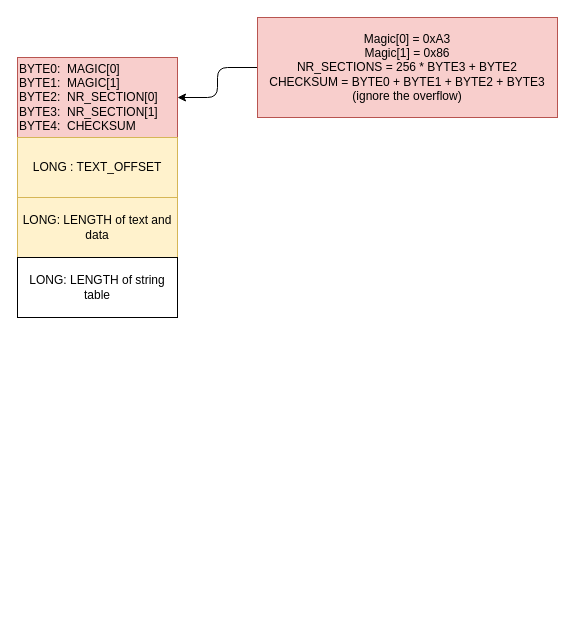
Before: page "Linux-8086 Object File" (3 of 3) of course/images/a.out.drawio in tonywendy80/twOS, a draw.io diagram. Source tidied: cells renumbered, new cells numbered last; positions are measured from the earlier drawing's top-left corner, leaving out a move shared by most shapes. Both pictures are drawn from the tidied source at 100%, with x=0, y=0 at pixel (17, 17).
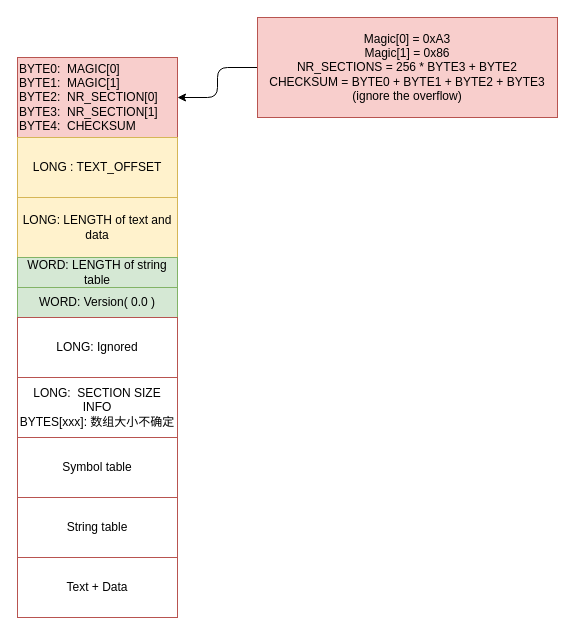
The same diagram, later.

What changed in the source:
```diff
@@
 <mxGraphModel>
   <root>
     <mxCell id="0" />
     <mxCell id="1" parent="0" />
     <mxCell id="2" value="BYTE0:&amp;nbsp; MAGIC[0]&lt;br&gt;&lt;div style=&quot;&quot;&gt;&lt;span style=&quot;background-color: initial;&quot;&gt;BYTE1:&amp;nbsp; MAGIC[1]&lt;/span&gt;&lt;/div&gt;BYTE2:&amp;nbsp; NR_SECTION[0]&lt;br&gt;BYTE3:&amp;nbsp; NR_SECTION[1]&lt;br&gt;BYTE4:&amp;nbsp; CHECKSUM" style="rounded=0;whiteSpace=wrap;html=1;align=left;fillColor=#f8cecc;strokeColor=#b85450;" parent="1" vertex="1">
       <mxGeometry y="40" width="160" height="80" as="geometry" />
     </mxCell>
     <mxCell id="3" value="LONG : TEXT_OFFSET" style="rounded=0;whiteSpace=wrap;html=1;fillColor=#fff2cc;strokeColor=#d6b656;" parent="1" vertex="1">
       <mxGeometry y="120" width="160" height="60" as="geometry" />
     </mxCell>
     <mxCell id="4" value="LONG: LENGTH of text and data" style="rounded=0;whiteSpace=wrap;html=1;fillColor=#fff2cc;strokeColor=#d6b656;" parent="1" vertex="1">
       <mxGeometry y="180" width="160" height="60" as="geometry" />
     </mxCell>
-    <mxCell id="5" value="LONG: LENGTH of string table" style="rounded=0;whiteSpace=wrap;html=1;" parent="1" vertex="1">
-      <mxGeometry y="240" width="160" height="60" as="geometry" />
+    <mxCell id="5" value="WORD: LENGTH of string table" style="rounded=0;whiteSpace=wrap;html=1;fillColor=#d5e8d4;strokeColor=#82b366;" parent="1" vertex="1">
+      <mxGeometry y="240" width="160" height="30" as="geometry" />
     </mxCell>
     <mxCell id="6" style="edgeStyle=orthogonalEdgeStyle;rounded=1;jettySize=auto;html=1;entryX=1;entryY=0.5;entryDx=0;entryDy=0;" parent="1" edge="1" source="7" target="2">
       <mxGeometry relative="1" as="geometry" />
     </mxCell>
     <mxCell id="7" value="Magic[0] = 0xA3&lt;br&gt;Magic[1] = 0x86&lt;br&gt;NR_SECTIONS = 256 * BYTE3 + BYTE2&lt;br&gt;CHECKSUM = BYTE0 + BYTE1 + BYTE2 + BYTE3&lt;br&gt;(ignore the overflow)" style="text;html=1;strokeColor=#B85450;fillColor=#f8cecc;align=center;verticalAlign=middle;whiteSpace=wrap;rounded=0;" parent="1" vertex="1">
       <mxGeometry x="240" width="300" height="100" as="geometry" />
     </mxCell>
+    <mxCell id="8" value="WORD: Version( 0.0 )" style="rounded=0;whiteSpace=wrap;html=1;strokeColor=#82b366;fillColor=#d5e8d4;" parent="1" vertex="1">
+      <mxGeometry y="270" width="160" height="30" as="geometry" />
+    </mxCell>
+    <mxCell id="9" value="LONG: Ignored" style="rounded=0;whiteSpace=wrap;html=1;strokeColor=#B85450;" parent="1" vertex="1">
+      <mxGeometry y="300" width="160" height="60" as="geometry" />
+    </mxCell>
+    <mxCell id="10" value="LONG:&amp;nbsp; SECTION SIZE INFO&lt;br&gt;BYTES[xxx]: 数组大小不确定" style="rounded=0;whiteSpace=wrap;html=1;strokeColor=#B85450;" parent="1" vertex="1">
+      <mxGeometry y="360" width="160" height="60" as="geometry" />
+    </mxCell>
+    <mxCell id="11" value="Symbol table" style="rounded=0;whiteSpace=wrap;html=1;strokeColor=#B85450;" parent="1" vertex="1">
+      <mxGeometry y="420" width="160" height="60" as="geometry" />
+    </mxCell>
+    <mxCell id="12" value="String table" style="rounded=0;whiteSpace=wrap;html=1;strokeColor=#B85450;" parent="1" vertex="1">
+      <mxGeometry y="480" width="160" height="60" as="geometry" />
+    </mxCell>
+    <mxCell id="13" value="Text + Data" style="rounded=0;whiteSpace=wrap;html=1;strokeColor=#B85450;" parent="1" vertex="1">
+      <mxGeometry y="540" width="160" height="60" as="geometry" />
+    </mxCell>
   </root>
 </mxGraphModel>
```
